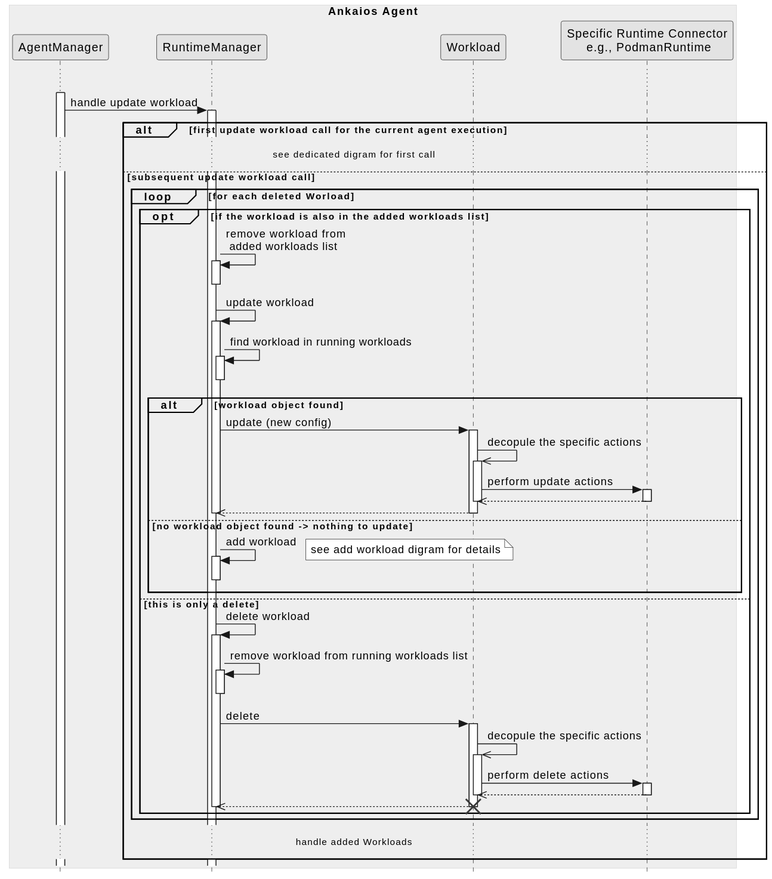
Above: agent/doc/swdesign/plantuml/seq_update_workload_subsequent_deleted.svg in eclipse-ankaios/ankaios (PlantUML), before the change.
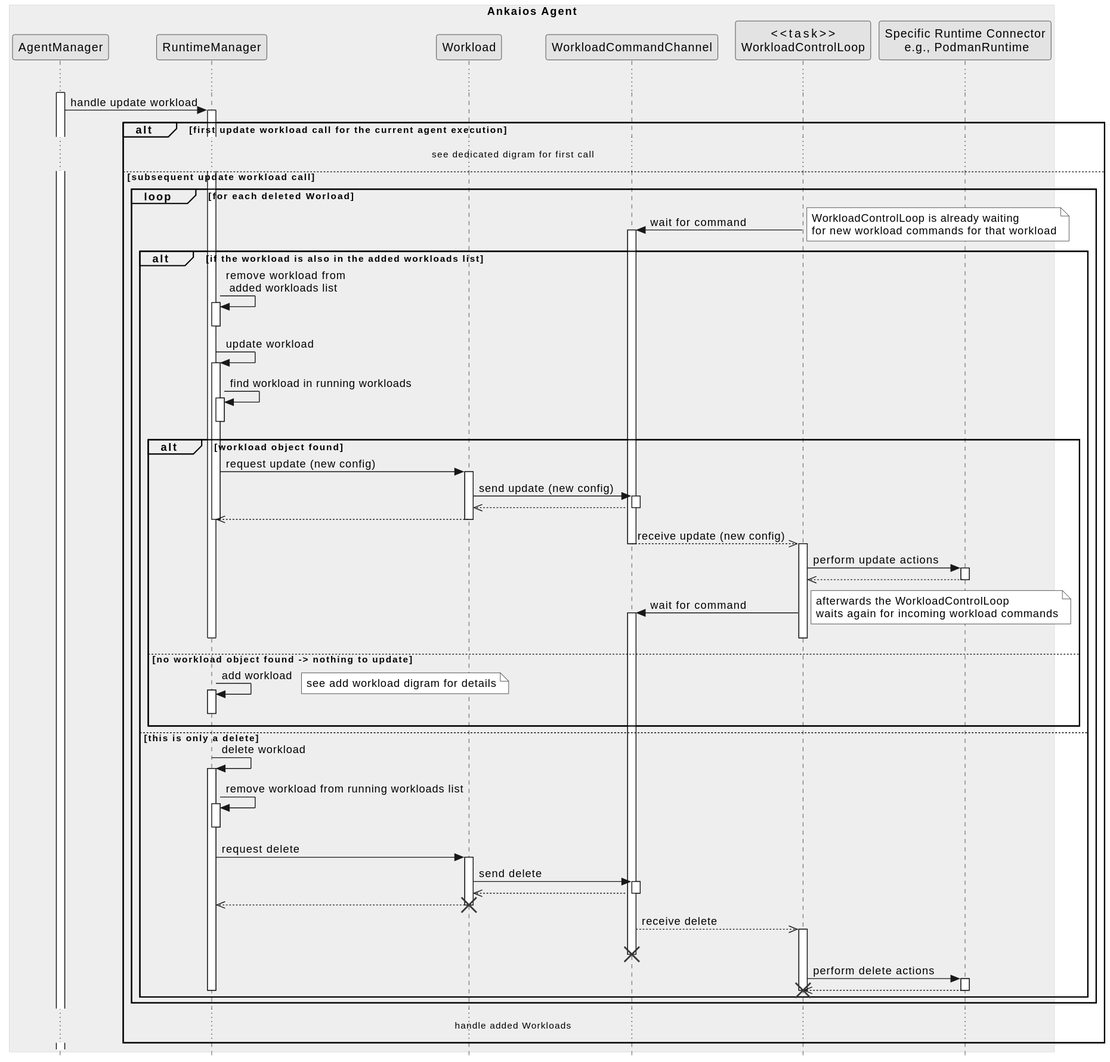
The same diagram one commit later.

Change to the diagram source:
```diff
@@ -5,6 +5,8 @@
     participant "AgentManager" as manager
     participant "RuntimeManager" as runtime_manager
     participant "Workload" as workload
+    participant "WorkloadCommandChannel" as workload_command
+    participant "<<task>>\nWorkloadControlLoop" as workload_control_loop
 
     participant "Specific Runtime Connector\n e.g., PodmanRuntime" as runtime
 end box
@@ -12,24 +14,38 @@
 activate manager
 
 ...
-
 manager -> runtime_manager ++: handle update workload
 
 alt first update workload call for the current agent execution
 ... see dedicated digram for first call ...
 else subsequent update workload call
     loop for each deleted Worload
-        opt if the workload is also in the added workloads list
+        workload_control_loop -> workload_command ++: wait for command
+        note right
+            WorkloadControlLoop is already waiting
+            for new workload commands for that workload
+        endnote
+        alt if the workload is also in the added workloads list
             runtime_manager -> runtime_manager ++--: remove workload from \n added workloads list
             runtime_manager -> runtime_manager ++: update workload
             runtime_manager -> runtime_manager ++--: find workload in running workloads
             alt workload object found
-                runtime_manager -> workload ++: update (new config)
-                workload ->> workload ++: decopule the specific actions
-                workload -> runtime++: perform update actions
-                runtime -->> workload--
+                runtime_manager -> workload ++: request update (new config)
+                workload -> workload_command ++: send update (new config)
+                workload_command -->> workload--
+                workload -->> runtime_manager--
+                deactivate runtime_manager
                 deactivate workload
-                workload -->> runtime_manager --:
+                workload_command -->> workload_control_loop --++: receive update (new config)
+                deactivate workload_command
+                workload_control_loop -> runtime ++: perform update actions
+                runtime -->> workload_control_loop--
+                workload_control_loop -> workload_command ++: wait for command
+                note right
+                    afterwards the WorkloadControlLoop
+                    waits again for incoming workload commands
+                endnote
+                deactivate workload_control_loop
                 deactivate runtime_manager
             else no workload object found -> nothing to update
                 runtime_manager -> runtime_manager++--:add workload
@@ -40,13 +56,16 @@
         else this is only a delete
             runtime_manager -> runtime_manager++: delete workload
             runtime_manager -> runtime_manager ++--: remove workload from running workloads list
-            runtime_manager -> workload ++: delete
-            workload ->> workload ++: decopule the specific actions
-            workload -> runtime++: perform delete actions
-            runtime -->> workload--
-            deactivate workload
-            workload -->> runtime_manager --:
+            runtime_manager -> workload ++: request delete
+            workload -> workload_command ++: send delete
+            workload_command -->> workload--
+            workload -->> runtime_manager
             destroy workload
+            workload_command -->> workload_control_loop ++: receive delete
+            destroy workload_command
+            workload_control_loop -> runtime++: perform delete actions
+            runtime -->> workload_control_loop--
+            destroy workload_control_loop
             deactivate runtime_manager
         end
     end
```
